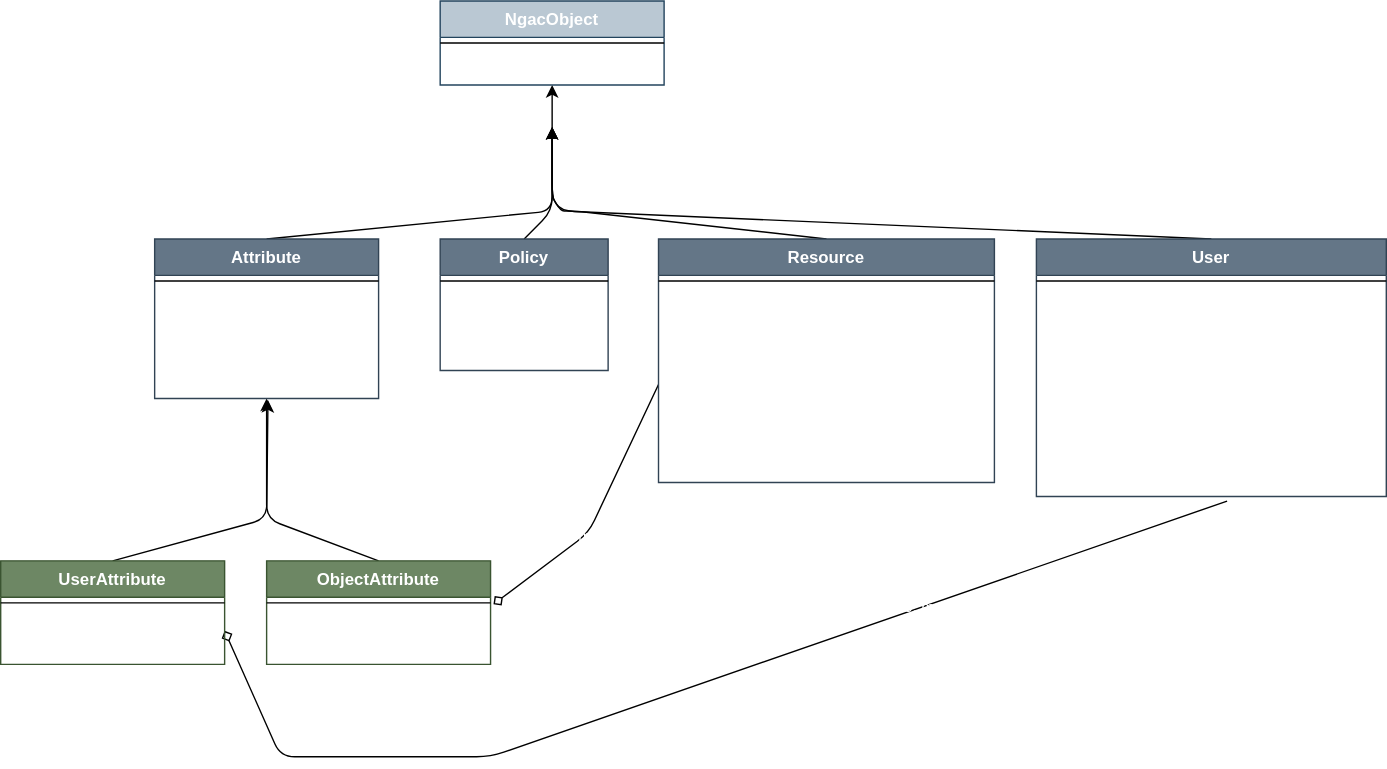
The draw.io diagram docs/design/NGAC/ngac_types/design.uml.drawio.svg in ivajon/NGAC_ABE, before a commit. Source tidied: cells renumbered, new cells last; positions are measured from the earlier drawing's top-left corner, leaving out a move shared by most shapes.
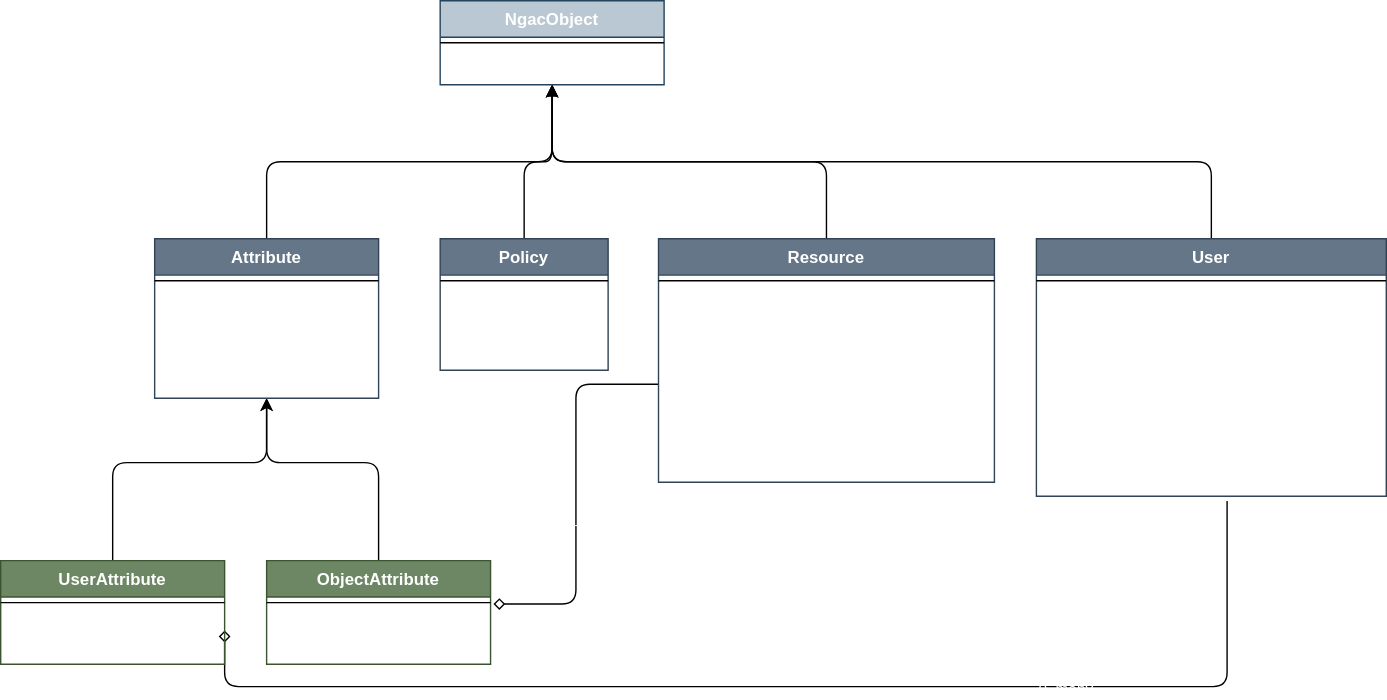
Later version of the same file.

Commit message:
improved the improvements

Change to the diagram source:
```diff
@@ -2,71 +2,46 @@
   <root>
     <mxCell id="0" />
     <mxCell id="1" parent="0" />
-    <mxCell id="2" style="edgeStyle=none;html=1;exitX=0.5;exitY=0;exitDx=0;exitDy=0;entryX=0.5;entryY=1;entryDx=0;entryDy=0;endArrow=classic;endFill=1;fontColor=#FFFFFF;" parent="1" edge="1" source="15">
+    <mxCell id="2" style="edgeStyle=orthogonalEdgeStyle;html=1;exitX=0.5;exitY=0;exitDx=0;exitDy=0;endArrow=classic;endFill=1;fontColor=#FFFFFF;" parent="1" edge="1" source="15">
       <mxGeometry relative="1" as="geometry">
-        <mxPoint x="394" y="90" as="targetPoint" />
-        <Array as="points">
-          <mxPoint x="394" y="150" />
-        </Array>
+        <mxPoint x="394" y="60" as="targetPoint" />
       </mxGeometry>
     </mxCell>
-    <mxCell id="3" style="edgeStyle=none;html=1;exitX=0.5;exitY=0;exitDx=0;exitDy=0;entryX=0.506;entryY=1.013;entryDx=0;entryDy=0;endArrow=classic;endFill=1;entryPerimeter=0;fontColor=#FFFFFF;" parent="1" edge="1" source="18" target="17">
+    <mxCell id="3" style="edgeStyle=elbowEdgeStyle;html=1;exitX=0.5;exitY=0;exitDx=0;exitDy=0;endArrow=classic;endFill=1;fontColor=#FFFFFF;elbow=vertical;entryX=0.5;entryY=1;entryDx=0;entryDy=0;" parent="1" edge="1" source="18" target="15">
       <mxGeometry relative="1" as="geometry">
         <Array as="points">
-          <mxPoint x="190" y="370" />
+          <mxPoint x="140" y="330" />
         </Array>
       </mxGeometry>
     </mxCell>
-    <mxCell id="4" style="edgeStyle=none;html=1;exitX=0.5;exitY=0;exitDx=0;exitDy=0;endArrow=classic;endFill=1;entryX=0.5;entryY=1;entryDx=0;entryDy=0;entryPerimeter=0;fontColor=#FFFFFF;" parent="1" edge="1" target="17">
+    <mxCell id="4" style="edgeStyle=elbowEdgeStyle;html=1;exitX=0.5;exitY=0;exitDx=0;exitDy=0;endArrow=classic;endFill=1;fontColor=#FFFFFF;elbow=vertical;entryX=0.5;entryY=1;entryDx=0;entryDy=0;" parent="1" edge="1" target="15">
       <mxGeometry relative="1" as="geometry">
         <mxPoint x="270" y="400" as="sourcePoint" />
         <Array as="points">
-          <mxPoint x="190" y="370" />
+          <mxPoint x="230" y="330" />
         </Array>
       </mxGeometry>
     </mxCell>
-    <mxCell id="5" style="edgeStyle=none;html=1;exitX=0.5;exitY=0;exitDx=0;exitDy=0;endArrow=block;endFill=1;entryX=0.5;entryY=1;entryDx=0;entryDy=0;entryPerimeter=0;fontColor=#FFFFFF;" parent="1" edge="1" source="24">
-      <mxGeometry relative="1" as="geometry">
-        <mxPoint x="394" y="90" as="targetPoint" />
-        <Array as="points">
-          <mxPoint x="394" y="150" />
-        </Array>
-      </mxGeometry>
+    <mxCell id="5" style="edgeStyle=orthogonalEdgeStyle;html=1;exitX=0.5;exitY=0;exitDx=0;exitDy=0;endArrow=block;endFill=1;entryX=0.5;entryY=1;entryDx=0;entryDy=0;fontColor=#FFFFFF;" parent="1" edge="1" source="24" target="12">
+      <mxGeometry relative="1" as="geometry" />
     </mxCell>
-    <mxCell id="6" style="edgeStyle=none;html=1;exitX=0;exitY=0.5;exitDx=0;exitDy=0;entryX=1.013;entryY=0.625;entryDx=0;entryDy=0;endArrow=diamond;endFill=0;entryPerimeter=0;fontColor=#FFFFFF;" parent="1" edge="1" source="29" target="22">
-      <mxGeometry relative="1" as="geometry">
-        <Array as="points">
-          <mxPoint x="420" y="380" />
-        </Array>
-      </mxGeometry>
+    <mxCell id="6" style="edgeStyle=elbowEdgeStyle;html=1;exitX=0;exitY=0.5;exitDx=0;exitDy=0;entryX=1.013;entryY=0.625;entryDx=0;entryDy=0;endArrow=diamond;endFill=0;entryPerimeter=0;fontColor=#FFFFFF;" parent="1" edge="1" source="29" target="22">
+      <mxGeometry relative="1" as="geometry" />
     </mxCell>
     <mxCell id="7" value="0..many" style="edgeLabel;html=1;align=center;verticalAlign=middle;fontColor=#FFFFFF;labelBackgroundColor=none;" parent="6" vertex="1">
       <mxGeometry x="0.18" y="1" relative="1" as="geometry" />
     </mxCell>
-    <mxCell id="8" style="edgeStyle=none;html=1;exitX=0.5;exitY=0;exitDx=0;exitDy=0;endArrow=classic;endFill=1;entryX=0.5;entryY=1;entryDx=0;entryDy=0;fontColor=#FFFFFF;" parent="1" edge="1" source="27" target="12">
-      <mxGeometry relative="1" as="geometry">
-        <Array as="points">
-          <mxPoint x="410" y="150" />
-          <mxPoint x="400" y="150" />
-          <mxPoint x="394" y="140" />
-        </Array>
-      </mxGeometry>
+    <mxCell id="8" style="edgeStyle=orthogonalEdgeStyle;html=1;exitX=0.5;exitY=0;exitDx=0;exitDy=0;endArrow=classic;endFill=1;entryX=0.5;entryY=1;entryDx=0;entryDy=0;fontColor=#FFFFFF;" parent="1" edge="1" source="27" target="12">
+      <mxGeometry relative="1" as="geometry" />
     </mxCell>
-    <mxCell id="9" style="edgeStyle=none;html=1;endArrow=classic;endFill=1;entryX=0.5;entryY=1;entryDx=0;entryDy=0;exitX=0.5;exitY=0;exitDx=0;exitDy=0;fontColor=#FFFFFF;" parent="1" edge="1" source="30">
-      <mxGeometry relative="1" as="geometry">
-        <mxPoint x="394" y="90" as="targetPoint" />
-        <Array as="points">
-          <mxPoint x="400" y="150" />
-          <mxPoint x="394" y="140" />
-        </Array>
-      </mxGeometry>
+    <mxCell id="9" style="edgeStyle=orthogonalEdgeStyle;html=1;endArrow=classic;endFill=1;entryX=0.5;entryY=1;entryDx=0;entryDy=0;exitX=0.5;exitY=0;exitDx=0;exitDy=0;fontColor=#FFFFFF;" parent="1" edge="1" source="30" target="12">
+      <mxGeometry relative="1" as="geometry" />
     </mxCell>
-    <mxCell id="10" style="edgeStyle=none;html=1;entryX=1;entryY=0.5;entryDx=0;entryDy=0;endArrow=diamond;endFill=0;exitX=0.545;exitY=1.022;exitDx=0;exitDy=0;exitPerimeter=0;fontColor=#FFFFFF;" parent="1" edge="1" source="32">
+    <mxCell id="10" style="html=1;entryX=1;entryY=0.5;entryDx=0;entryDy=0;endArrow=diamond;endFill=0;exitX=0.545;exitY=1.022;exitDx=0;exitDy=0;exitPerimeter=0;fontColor=#FFFFFF;edgeStyle=elbowEdgeStyle;elbow=vertical;" parent="1" edge="1" source="32">
       <mxGeometry relative="1" as="geometry">
         <mxPoint x="160" y="450" as="targetPoint" />
         <Array as="points">
-          <mxPoint x="350" y="540" />
-          <mxPoint x="200" y="540" />
+          <mxPoint x="520" y="490" />
         </Array>
       </mxGeometry>
     </mxCell>
```
